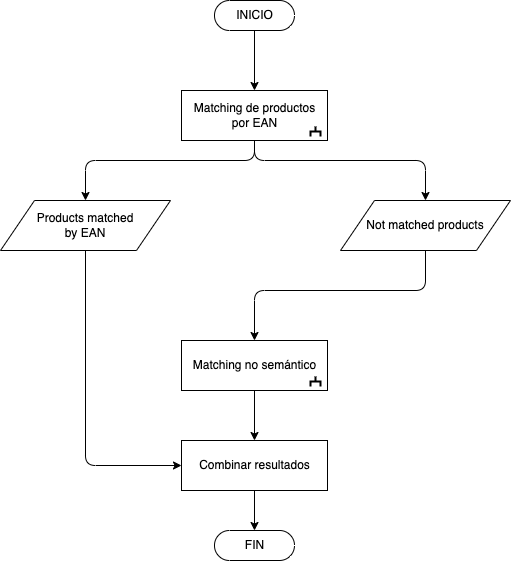
Before: documentation/diagrams/out/productsMatchingGlobalDiagram.png, a diagram exported from draw.io (Kununua/kununua-app). Source tidied: cells renumbered, new cells last; positions are measured from the earlier drawing's top-left corner, leaving out a move shared by most shapes. The source it was exported from:
```xml
<mxGraphModel>
  <root>
    <mxCell id="0" />
    <mxCell id="1" parent="0" />
    <mxCell id="2" style="edgeStyle=none;html=1;exitX=0.5;exitY=0.5;exitDx=0;exitDy=15;exitPerimeter=0;entryX=0.5;entryY=0;entryDx=0;entryDy=0;" parent="1" edge="1" source="3" target="6">
      <mxGeometry relative="1" as="geometry" />
    </mxCell>
    <mxCell id="3" value="INICIO" style="html=1;dashed=0;whitespace=wrap;shape=mxgraph.dfd.start;" parent="1" vertex="1">
      <mxGeometry x="214" width="80" height="30" as="geometry" />
    </mxCell>
    <mxCell id="4" style="edgeStyle=none;html=1;exitX=0.5;exitY=1;exitDx=0;exitDy=0;entryX=0.5;entryY=0;entryDx=0;entryDy=0;" parent="1" edge="1" source="6" target="10">
      <mxGeometry relative="1" as="geometry">
        <Array as="points">
          <mxPoint x="254" y="160" />
          <mxPoint x="85" y="160" />
        </Array>
      </mxGeometry>
    </mxCell>
    <mxCell id="5" style="edgeStyle=none;html=1;exitX=0.5;exitY=1;exitDx=0;exitDy=0;entryX=0.5;entryY=0;entryDx=0;entryDy=0;" parent="1" edge="1" source="6" target="12">
      <mxGeometry relative="1" as="geometry">
        <Array as="points">
          <mxPoint x="254" y="160" />
          <mxPoint x="425" y="160" />
        </Array>
      </mxGeometry>
    </mxCell>
    <mxCell id="6" value="Matching de productos&lt;br&gt;por EAN" style="html=1;dashed=0;whitespace=wrap;" parent="1" vertex="1">
      <mxGeometry x="181" y="90" width="146" height="50" as="geometry" />
    </mxCell>
    <mxCell id="7" style="edgeStyle=none;html=1;exitX=0.5;exitY=1;exitDx=0;exitDy=0;entryX=0.5;entryY=0;entryDx=0;entryDy=0;" parent="1" edge="1" source="8" target="14">
      <mxGeometry relative="1" as="geometry" />
    </mxCell>
    <mxCell id="8" value="Matching no semántico" style="html=1;dashed=0;whitespace=wrap;" parent="1" vertex="1">
      <mxGeometry x="181" y="340" width="146" height="50" as="geometry" />
    </mxCell>
    <mxCell id="9" style="edgeStyle=none;html=1;exitX=0.5;exitY=1;exitDx=0;exitDy=0;entryX=0;entryY=0.5;entryDx=0;entryDy=0;" parent="1" edge="1" source="10" target="14">
      <mxGeometry relative="1" as="geometry">
        <Array as="points">
          <mxPoint x="85" y="465" />
        </Array>
      </mxGeometry>
    </mxCell>
    <mxCell id="10" value="Products matched&lt;br&gt;by EAN" style="shape=parallelogram;perimeter=parallelogramPerimeter;whiteSpace=wrap;html=1;dashed=0;" parent="1" vertex="1">
      <mxGeometry y="200" width="170" height="50" as="geometry" />
    </mxCell>
    <mxCell id="11" style="edgeStyle=none;html=1;exitX=0.5;exitY=1;exitDx=0;exitDy=0;entryX=0.5;entryY=0;entryDx=0;entryDy=0;" parent="1" edge="1" source="12" target="8">
      <mxGeometry relative="1" as="geometry">
        <Array as="points">
          <mxPoint x="425" y="290" />
          <mxPoint x="254" y="290" />
        </Array>
      </mxGeometry>
    </mxCell>
    <mxCell id="12" value="Not matched products" style="shape=parallelogram;perimeter=parallelogramPerimeter;whiteSpace=wrap;html=1;dashed=0;" parent="1" vertex="1">
      <mxGeometry x="340" y="200" width="170" height="50" as="geometry" />
    </mxCell>
    <mxCell id="13" style="edgeStyle=none;html=1;exitX=0.5;exitY=1;exitDx=0;exitDy=0;entryX=0.5;entryY=0.5;entryDx=0;entryDy=-15;entryPerimeter=0;" parent="1" edge="1" source="14" target="15">
      <mxGeometry relative="1" as="geometry" />
    </mxCell>
    <mxCell id="14" value="Combinar resultados" style="html=1;dashed=0;whitespace=wrap;" parent="1" vertex="1">
      <mxGeometry x="181" y="440" width="146" height="50" as="geometry" />
    </mxCell>
    <mxCell id="15" value="FIN" style="html=1;dashed=0;whitespace=wrap;shape=mxgraph.dfd.start;" parent="1" vertex="1">
      <mxGeometry x="214" y="530" width="80" height="30" as="geometry" />
    </mxCell>
    <mxCell id="16" style="strokeWidth=2;html=1;shape=mxgraph.flowchart.annotation_2;align=left;labelPosition=right;rotation=90;" parent="1" vertex="1">
      <mxGeometry x="310" y="376" width="10" height="10" as="geometry" />
    </mxCell>
    <mxCell id="17" style="strokeWidth=2;html=1;shape=mxgraph.flowchart.annotation_2;align=left;labelPosition=right;rotation=90;" parent="1" vertex="1">
      <mxGeometry x="310" y="126" width="10" height="10" as="geometry" />
    </mxCell>
  </root>
</mxGraphModel>
```
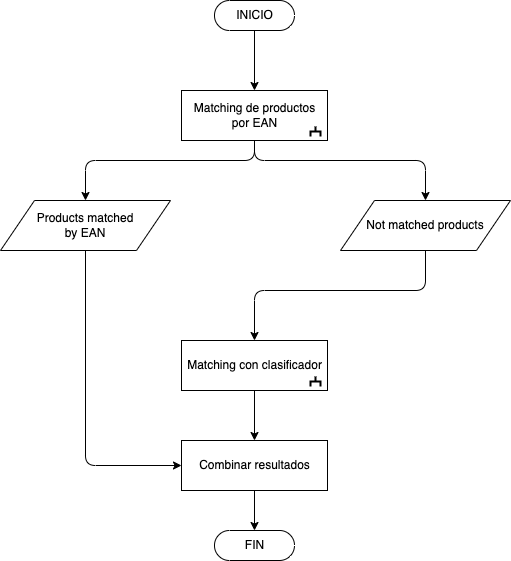
The same file after the commit.

Commit message:
FEAT: NEW PHASE 7 DIAGRAM

What changed in the source:
```diff
@@ -30,7 +30,7 @@
     <mxCell id="7" style="edgeStyle=none;html=1;exitX=0.5;exitY=1;exitDx=0;exitDy=0;entryX=0.5;entryY=0;entryDx=0;entryDy=0;" parent="1" edge="1" source="8" target="14">
       <mxGeometry relative="1" as="geometry" />
     </mxCell>
-    <mxCell id="8" value="Matching no semántico" style="html=1;dashed=0;whitespace=wrap;" parent="1" vertex="1">
+    <mxCell id="8" value="Matching con clasificador" style="html=1;dashed=0;whitespace=wrap;" parent="1" vertex="1">
       <mxGeometry x="181" y="340" width="146" height="50" as="geometry" />
     </mxCell>
     <mxCell id="9" style="edgeStyle=none;html=1;exitX=0.5;exitY=1;exitDx=0;exitDy=0;entryX=0;entryY=0.5;entryDx=0;entryDy=0;" parent="1" edge="1" source="10" target="14">
```
